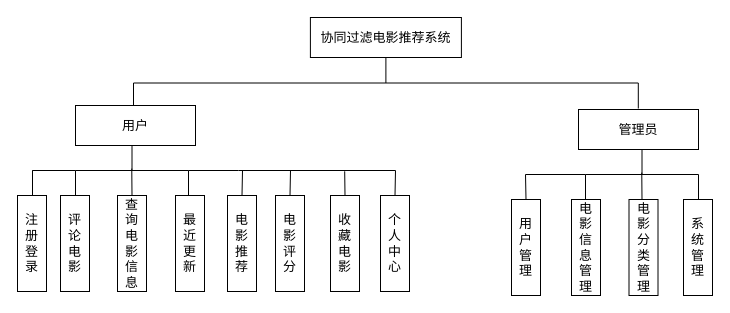
Earlier version of the draw.io diagram page "第 8 页" (8 of 12) of 未命名绘图.drawio (bcxdawn222/Bank). Source tidied: cells renumbered, new cells numbered last; positions are measured from the earlier drawing's top-left corner, leaving out a move shared by most shapes. Both pictures are drawn from the tidied source at 100%, with x=0, y=0 at pixel (17, 17).
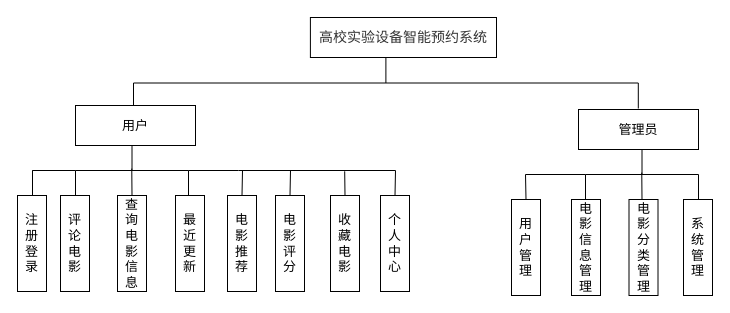
The same diagram, later.

Commit message:
Update 未命名绘图.drawio

Change to the diagram source:
```diff
@@
-    <mxCell id="2" value="&lt;font&gt;协同过滤电影推荐系统&lt;/font&gt;" style="rounded=0;whiteSpace=wrap;html=1;fontFamily=宋体;fontSize=13;labelBackgroundColor=none;" parent="1" vertex="1">
-      <mxGeometry x="292.9" width="151" height="40" as="geometry" />
+    <mxCell id="2" value="&lt;span style=&quot;color: rgb(51, 51, 51); font-family: arial, sans-serif; font-size: 14px; text-wrap-mode: nowrap; background-color: rgb(255, 255, 255);&quot;&gt;高校实验设备智能预约系统&lt;/span&gt;" style="rounded=0;whiteSpace=wrap;html=1;fontFamily=宋体;fontSize=13;labelBackgroundColor=none;" parent="1" vertex="1">
+      <mxGeometry x="292.9" width="186.1" height="40" as="geometry" />
     </mxCell>
```
